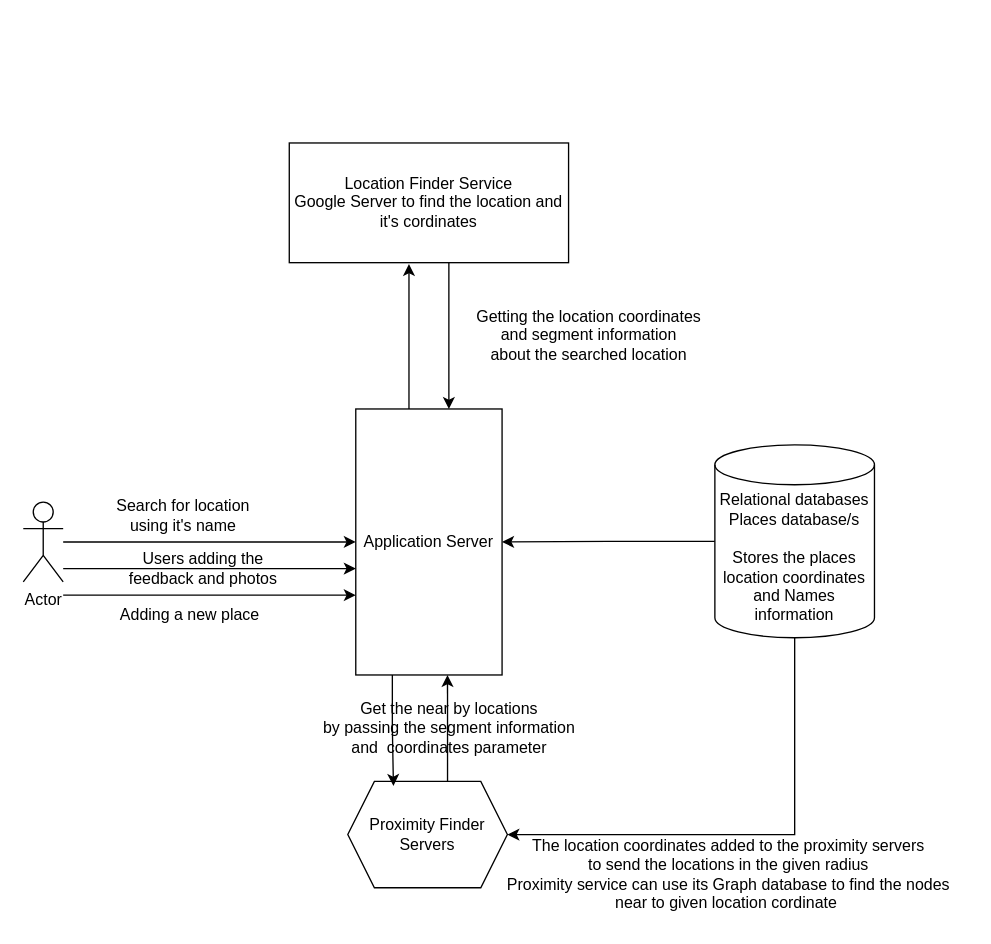
Before: Yelp-ProximityServers.drawio in anshul1790/system-design-playground, a draw.io diagram. Source tidied: cells renumbered, new cells numbered last; positions are measured from the earlier drawing's top-left corner, leaving out a move shared by most shapes. Both pictures are drawn from the tidied source at 133%, with x=0, y=0 at pixel (23, 142).
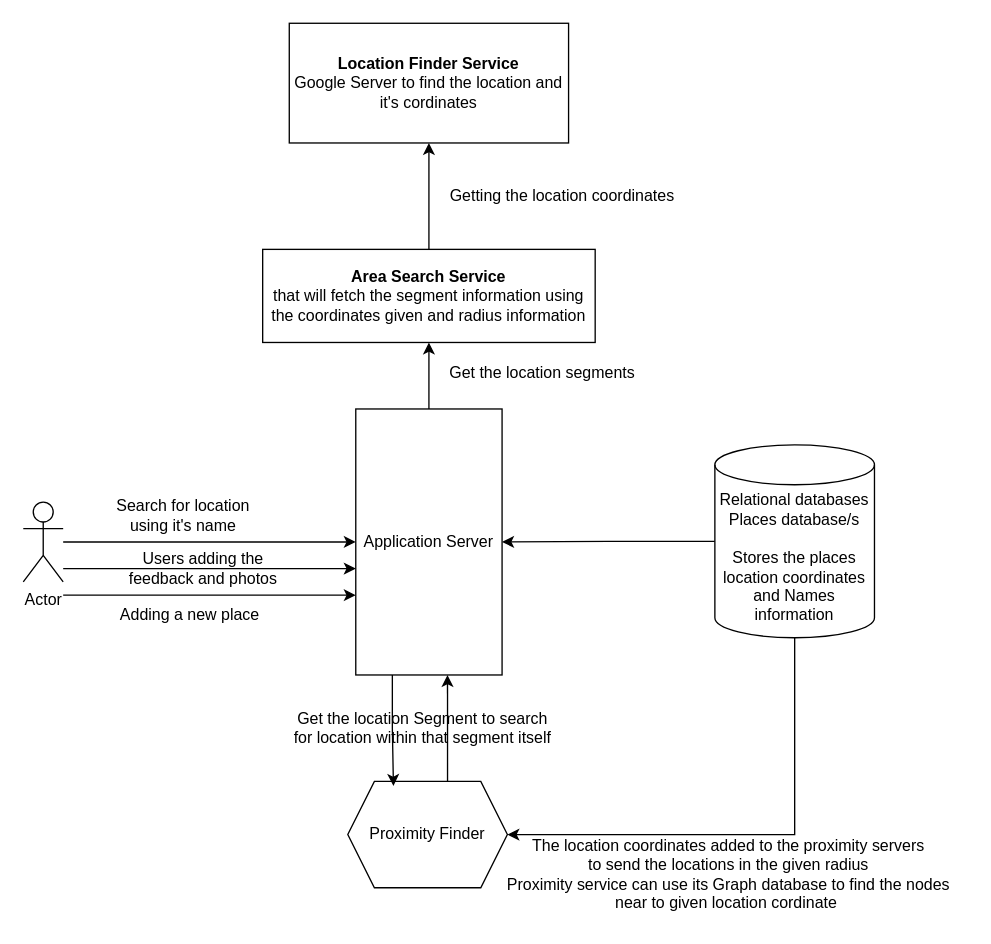
After the change.

Unchanged cells that the change refers to:
```xml
<mxCell id="5" value="Application Server" style="rounded=0;whiteSpace=wrap;html=1;" parent="1" vertex="1">
  <mxGeometry x="250" y="200" width="110" height="200" as="geometry" />
</mxCell>
```

Diff of the diagram source:
```diff
@@
-    <mxCell id="4" style="edgeStyle=orthogonalEdgeStyle;rounded=0;jettySize=auto;html=1;" parent="1" edge="1" source="5">
-      <mxGeometry relative="1" as="geometry">
-        <mxPoint x="290" y="91" as="targetPoint" />
-        <Array as="points">
-          <mxPoint x="290" y="130" />
-          <mxPoint x="290" y="130" />
-        </Array>
-      </mxGeometry>
-    </mxCell>
+    <mxCell id="22" style="edgeStyle=orthogonalEdgeStyle;rounded=0;jettySize=auto;html=1;entryX=0.5;entryY=1;entryDx=0;entryDy=0;" parent="1" edge="1" source="5" target="24">
+      <mxGeometry relative="1" as="geometry" />
+    </mxCell>
@@
-    <mxCell id="9" style="edgeStyle=orthogonalEdgeStyle;rounded=0;jettySize=auto;html=1;" parent="1" edge="1" source="10">
-      <mxGeometry relative="1" as="geometry">
-        <mxPoint x="320" y="200" as="targetPoint" />
-        <Array as="points">
-          <mxPoint x="320" y="200" />
-        </Array>
-      </mxGeometry>
-    </mxCell>
-    <mxCell id="10" value="&lt;div&gt;Location Finder Service&lt;/div&gt;Google Server to find the location and it's cordinates" style="rounded=0;whiteSpace=wrap;html=1;" parent="1" vertex="1">
-      <mxGeometry x="200" width="210" height="90" as="geometry" />
+    <mxCell id="10" value="&lt;div&gt;&lt;b&gt;Location Finder Service&lt;/b&gt;&lt;/div&gt;Google Server to find the location and it's cordinates" style="rounded=0;whiteSpace=wrap;html=1;" parent="1" vertex="1">
+      <mxGeometry x="200" y="-90" width="210" height="90" as="geometry" />
     </mxCell>
-    <mxCell id="11" value="Getting the location coordinates&lt;div&gt;and segment information&lt;/div&gt;&lt;div&gt;about the searched location&lt;/div&gt;" style="text;html=1;align=center;verticalAlign=middle;strokeColor=none;fillColor=none;" parent="1" vertex="1">
-      <mxGeometry x="330" y="115" width="190" height="60" as="geometry" />
+    <mxCell id="11" value="Getting the location coordinates" style="text;html=1;align=center;verticalAlign=middle;strokeColor=none;fillColor=none;" parent="1" vertex="1">
+      <mxGeometry x="310" y="25" width="190" height="30" as="geometry" />
     </mxCell>
-    <mxCell id="12" value="Proximity Finder Servers" style="shape=hexagon;perimeter=hexagonPerimeter2;whiteSpace=wrap;html=1;fixedSize=1;" parent="1" vertex="1">
+    <mxCell id="12" value="Proximity Finder" style="shape=hexagon;perimeter=hexagonPerimeter2;whiteSpace=wrap;html=1;fixedSize=1;" parent="1" vertex="1">
       <mxGeometry x="244" y="480" width="120" height="80" as="geometry" />
     </mxCell>
@@
-    <mxCell id="15" value="Get the near by locations&lt;div&gt;by passing the segment information&lt;/div&gt;&lt;div&gt;and&amp;nbsp; coordinates parameter&lt;/div&gt;" style="text;html=1;align=center;verticalAlign=middle;strokeColor=none;fillColor=none;" parent="1" vertex="1">
-      <mxGeometry x="215" y="410" width="210" height="60" as="geometry" />
+    <mxCell id="15" value="Get the location Segment to search&lt;div&gt;for location within that segment itself&lt;/div&gt;" style="text;html=1;align=center;verticalAlign=middle;strokeColor=none;fillColor=none;" parent="1" vertex="1">
+      <mxGeometry x="190" y="420" width="220" height="40" as="geometry" />
     </mxCell>
@@
+    <mxCell id="23" style="edgeStyle=orthogonalEdgeStyle;rounded=0;jettySize=auto;html=1;entryX=0.5;entryY=1;entryDx=0;entryDy=0;" parent="1" edge="1" source="24" target="10">
+      <mxGeometry relative="1" as="geometry" />
+    </mxCell>
+    <mxCell id="24" value="&lt;b&gt;Area Search Service&lt;/b&gt;&lt;div&gt;that will fetch the segment information using the coordinates given and radius information&lt;/div&gt;" style="rounded=0;whiteSpace=wrap;html=1;" parent="1" vertex="1">
+      <mxGeometry x="180" y="80" width="250" height="70" as="geometry" />
+    </mxCell>
+    <mxCell id="25" value="Get the location segments" style="text;html=1;align=center;verticalAlign=middle;strokeColor=none;fillColor=none;" parent="1" vertex="1">
+      <mxGeometry x="310" y="158" width="160" height="30" as="geometry" />
+    </mxCell>
```
